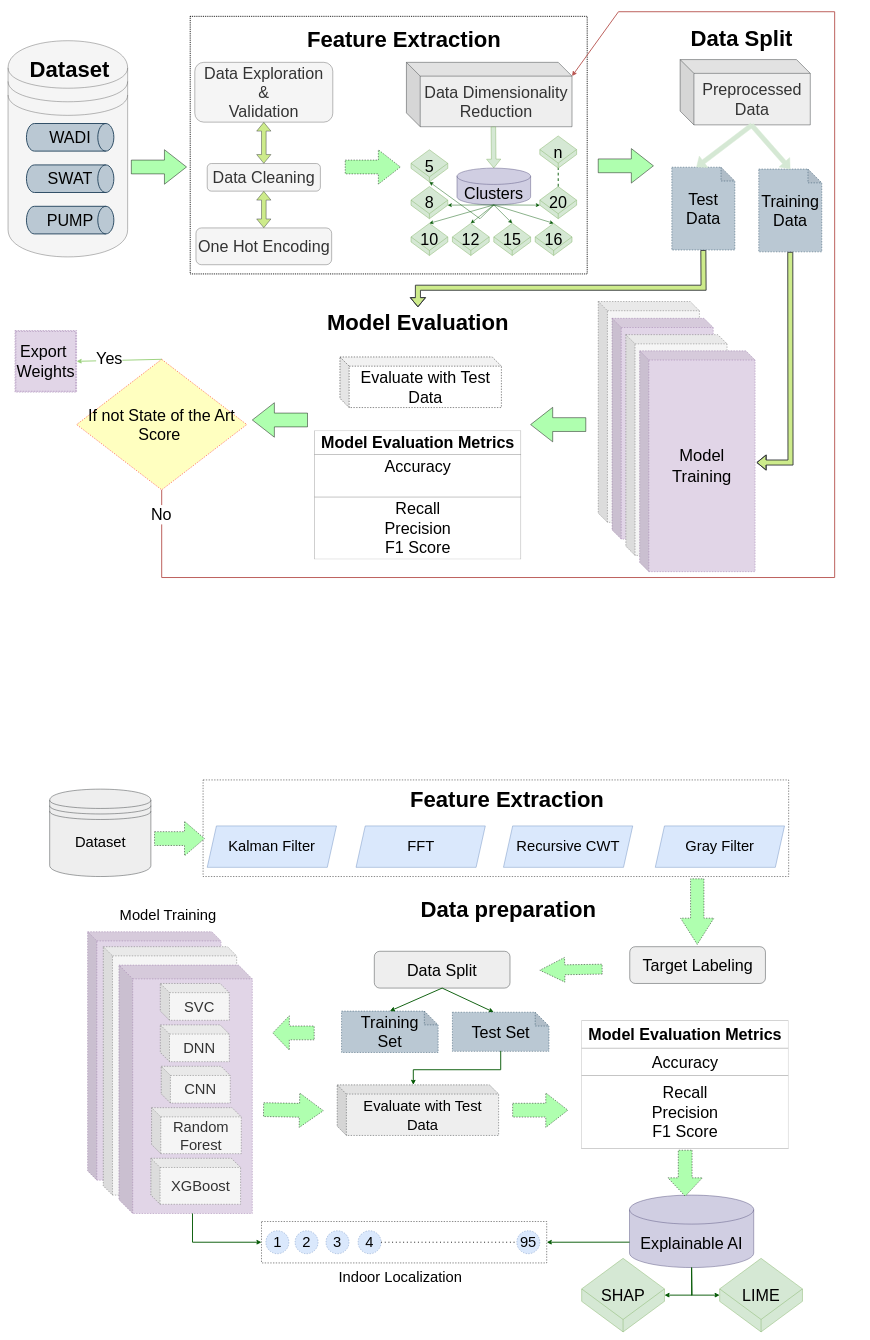
Earlier version of the draw.io diagram IndoorLocalizationWorkflow.drawio (Sakibapon/IndoorLocalaization). Source tidied: cells renumbered, new cells numbered last; positions are measured from the earlier drawing's top-left corner, leaving out a move shared by most shapes. Both pictures are drawn from the tidied source at 46%, with x=0, y=0 at pixel (8, 12).
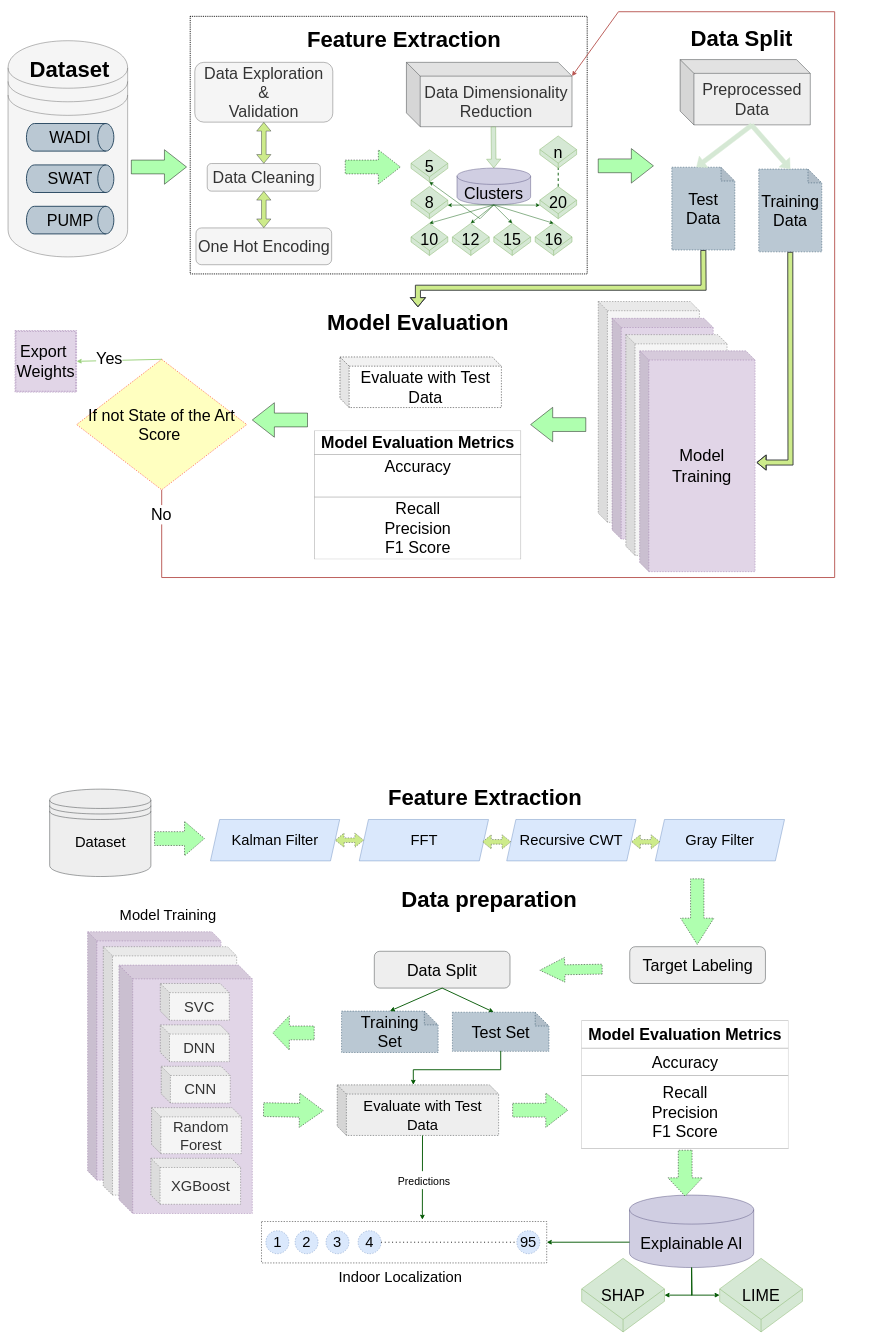
After the change.

The change refers to these unchanged cells:
```xml
<mxCell id="78" style="shape=cube;whiteSpace=wrap;html=1;boundedLbl=1;backgroundOutline=1;darkOpacity=0.05;darkOpacity2=0.1;dashed=1;fillColor=#e1d5e7;strokeColor=#9673a6;size=30;" parent="1" vertex="1">
  <mxGeometry x="241" y="2072.5" width="290" height="540" as="geometry" />
</mxCell>
<mxCell id="88" value="&lt;font style=&quot;font-size: 32px;&quot;&gt;Evaluate with Test Data&lt;/font&gt;" style="shape=cube;whiteSpace=wrap;html=1;boundedLbl=1;backgroundOutline=1;darkOpacity=0.05;darkOpacity2=0.1;dashed=1;fontSize=35;strokeColor=#36393d;strokeWidth=1;fillColor=#eeeeee;" parent="1" vertex="1">
  <mxGeometry x="715.5" y="2332.9" width="351" height="110" as="geometry" />
</mxCell>
<mxCell id="92" style="rounded=0;whiteSpace=wrap;html=1;dashed=1;fontSize=32;" parent="1" vertex="1">
  <mxGeometry x="551" y="2630" width="620" height="90" as="geometry" />
</mxCell>
```

Change to the diagram source:
```diff
@@
-    <mxCell id="4" style="rounded=0;whiteSpace=wrap;html=1;fontSize=32;dashed=1;" parent="1" vertex="1">
-      <mxGeometry x="424" y="1670" width="1273" height="210" as="geometry" />
-    </mxCell>
@@
     <mxCell id="63" value="&lt;font&gt;&lt;span style=&quot;font-size: 48px&quot;&gt;Feature Extraction&lt;/span&gt;&lt;br&gt;&lt;/font&gt;" style="html=1;overflow=block;blockSpacing=1;whiteSpace=wrap;whiteSpace=wrap;fontSize=30;fontColor=default;fontStyle=1;spacing=3.8;strokeOpacity=0;fillOpacity=0;rounded=1;absoluteArcSize=1;arcSize=9;fillColor=default;strokeWidth=2.3;shadow=1;strokeColor=default;" parent="1" vertex="1">
-      <mxGeometry x="830" y="1680" width="510" height="60" as="geometry" />
+      <mxGeometry x="781.5" y="1675" width="510" height="60" as="geometry" />
     </mxCell>
     <mxCell id="64" value="Kalman Filter" style="shape=parallelogram;perimeter=parallelogramPerimeter;whiteSpace=wrap;html=1;fixedSize=1;fontSize=32;fillColor=#dae8fc;strokeColor=#6c8ebf;" parent="1" vertex="1">
-      <mxGeometry x="433" y="1770" width="281" height="90" as="geometry" />
+      <mxGeometry x="440" y="1756" width="281" height="90" as="geometry" />
     </mxCell>
     <mxCell id="65" value="Gray Filter" style="shape=parallelogram;perimeter=parallelogramPerimeter;whiteSpace=wrap;html=1;fixedSize=1;fontSize=32;fillColor=#dae8fc;strokeColor=#6c8ebf;" parent="1" vertex="1">
-      <mxGeometry x="1407" y="1770" width="281" height="90" as="geometry" />
+      <mxGeometry x="1407" y="1756" width="281" height="90" as="geometry" />
     </mxCell>
     <mxCell id="66" value="FFT" style="shape=parallelogram;perimeter=parallelogramPerimeter;whiteSpace=wrap;html=1;fixedSize=1;fontSize=32;fillColor=#dae8fc;strokeColor=#6c8ebf;" parent="1" vertex="1">
-      <mxGeometry x="756.5" y="1770" width="281" height="90" as="geometry" />
+      <mxGeometry x="763.5" y="1756" width="281" height="90" as="geometry" />
     </mxCell>
     <mxCell id="67" value="Recursive CWT" style="shape=parallelogram;perimeter=parallelogramPerimeter;whiteSpace=wrap;html=1;fixedSize=1;fontSize=32;fillColor=#dae8fc;strokeColor=#6c8ebf;" parent="1" vertex="1">
-      <mxGeometry x="1077" y="1770" width="281" height="90" as="geometry" />
+      <mxGeometry x="1084" y="1756" width="281" height="90" as="geometry" />
     </mxCell>
     <mxCell id="68" value="&lt;font&gt;&lt;span style=&quot;font-size: 48px&quot;&gt;Data preparation&lt;/span&gt;&lt;br&gt;&lt;/font&gt;" style="html=1;overflow=block;blockSpacing=1;whiteSpace=wrap;whiteSpace=wrap;fontSize=30;fontColor=default;fontStyle=1;spacing=3.8;strokeOpacity=0;fillOpacity=0;rounded=1;absoluteArcSize=1;arcSize=9;fillColor=default;strokeWidth=2.3;shadow=1;strokeColor=default;" parent="1" vertex="1">
-      <mxGeometry x="833" y="1920" width="510" height="60" as="geometry" />
+      <mxGeometry x="791" y="1898" width="510" height="60" as="geometry" />
     </mxCell>
@@
-    <mxCell id="107" style="endArrow=classic;html=1;rounded=0;fontSize=32;fillColor=#008a00;strokeColor=#005700;exitX=0;exitY=0;exitDx=160;exitDy=540;entryX=0;entryY=0.5;entryDx=0;entryDy=0;strokeWidth=2;exitPerimeter=0;" parent="1" edge="1" source="78" target="92">
-      <mxGeometry relative="1" as="geometry">
-        <Array as="points">
-          <mxPoint x="401" y="2675" />
-        </Array>
-      </mxGeometry>
-    </mxCell>
+    <mxCell id="108" style="shape=flexArrow;endArrow=classic;startArrow=classic;html=1;rounded=0;fontSize=32;strokeWidth=1;fillColor=#cdeb8b;strokeColor=#36393d;dashed=1;exitX=1;exitY=0.5;exitDx=0;exitDy=0;" parent="1" edge="1" source="64" target="66">
+      <mxGeometry relative="1" as="geometry" />
+    </mxCell>
+    <mxCell id="109" style="shape=flexArrow;endArrow=classic;startArrow=classic;html=1;rounded=0;fontSize=32;strokeWidth=1;fillColor=#cdeb8b;strokeColor=#36393d;dashed=1;exitX=1;exitY=0.5;exitDx=0;exitDy=0;" parent="1" edge="1">
+      <mxGeometry relative="1" as="geometry">
+        <mxPoint x="1355" y="1804.6" as="sourcePoint" />
+        <mxPoint x="1417.5" y="1804.6" as="targetPoint" />
+      </mxGeometry>
+    </mxCell>
+    <mxCell id="110" style="shape=flexArrow;endArrow=classic;startArrow=classic;html=1;rounded=0;fontSize=32;strokeWidth=1;fillColor=#cdeb8b;strokeColor=#36393d;dashed=1;exitX=1;exitY=0.5;exitDx=0;exitDy=0;" parent="1" edge="1">
+      <mxGeometry relative="1" as="geometry">
+        <mxPoint x="1031" y="1804.6" as="sourcePoint" />
+        <mxPoint x="1093.5" y="1804.6" as="targetPoint" />
+      </mxGeometry>
+    </mxCell>
+    <mxCell id="111" style="endArrow=classic;html=1;rounded=0;fontSize=32;exitX=0;exitY=0;exitDx=185.5;exitDy=110;fillColor=#008a00;strokeColor=#005700;strokeWidth=2;entryX=0.564;entryY=-0.044;entryDx=0;entryDy=0;entryPerimeter=0;exitPerimeter=0;" parent="1" edge="1" source="88" target="92">
+      <mxGeometry relative="1" as="geometry" />
+    </mxCell>
+    <mxCell id="112" value="&lt;font style=&quot;font-size: 23px;&quot;&gt;Predictions&lt;/font&gt;" style="edgeLabel;html=1;align=center;verticalAlign=middle;fontSize=32;" parent="111" vertex="1">
+      <mxGeometry x="-0.23" y="-1" relative="1" as="geometry">
+        <mxPoint x="4" y="26" as="offset" />
+      </mxGeometry>
+    </mxCell>
```
